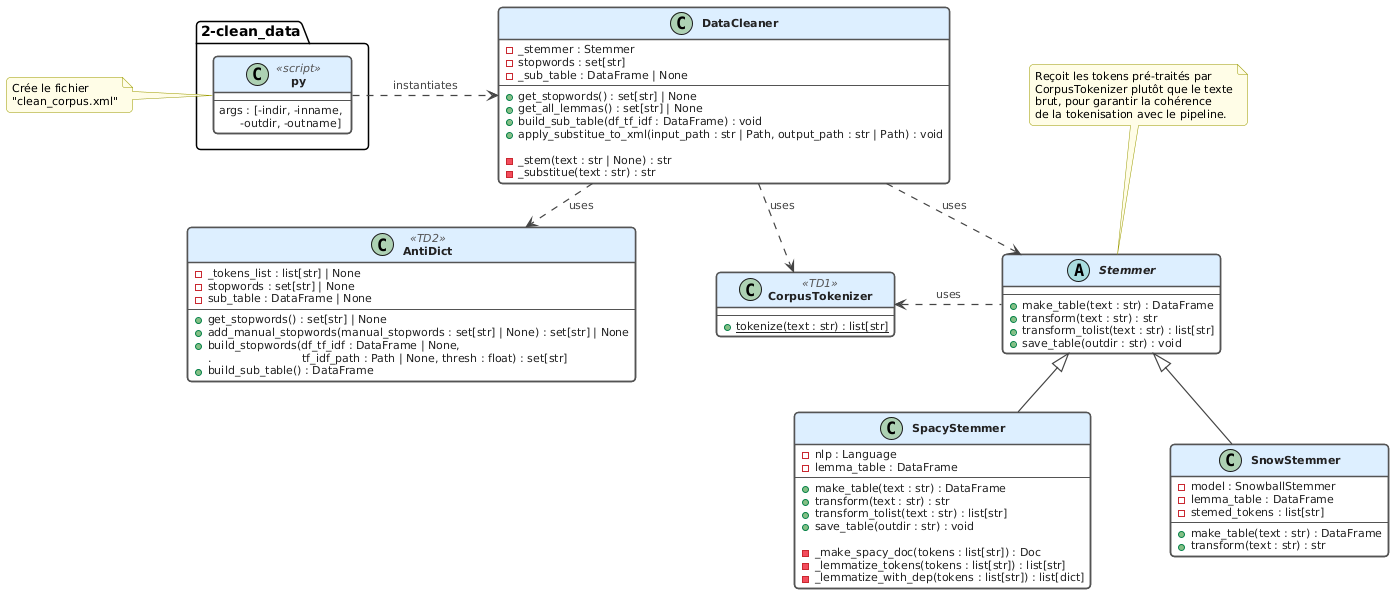
This is uml/2-DataCleaner_AntiDict_Stemmer.png from caioartus/lo17-dm, a PlantUML export, as it was before one commit. The source it was exported from:
```plantuml
@startuml
skinparam defaultFontName Helvetica

skinparam class {
    BackgroundColor White
    BorderColor #555555
    BorderThickness 1.5
    HeaderBackgroundColor #DDEEFF
    FontStyle bold
    AttributeFontSize 11
    AttributeFontColor #222222
    StereotypeFontColor #555555
    StereotypeFontSize 11
}

skinparam arrow {
    Color #444444
    FontColor #444444
    FontSize 11
    Thickness 1.2
}

skinparam note {
    BackgroundColor #FFFDE7
    BorderColor #999900
    FontSize 11
}

skinparam shadowing false
skinparam roundCorner 8
skinparam nodesep 80
skinparam ranksep 30

class "2-clean_data.py" <<script>> {
    --
    args : [-indir, -inname, \n      -outdir, -outname]
}

note left of "2-clean_data.py"
Crée le fichier
"clean_corpus.xml"
end note

class AntiDict <<TD2>> {
    - _tokens_list : list[str] | None
    - stopwords : set[str] | None
    - sub_table : DataFrame | None
    ---
    + get_stopwords() : set[str] | None
    + add_manual_stopwords(manual_stopwords : set[str] | None) : set[str] | None
    + build_stopwords(df_tf_idf : DataFrame | None,
     .                          tf_idf_path : Path | None, thresh : float) : set[str]
    + build_sub_table() : DataFrame
}

class CorpusTokenizer <<TD1>> {
    ---
    + {static} tokenize(text : str) : list[str]
}

abstract class Stemmer {
    ---
    + make_table(text : str) : DataFrame
    + transform(text : str) : str
    + transform_tolist(text : str) : list[str]
    + save_table(outdir : str) : void
}

note top of Stemmer
    Reçoit les tokens pré-traités par
    CorpusTokenizer plutôt que le texte
    brut, pour garantir la cohérence
    de la tokenisation avec le pipeline.
end note

class SpacyStemmer {
    - nlp : Language
    - lemma_table : DataFrame
    ---
    + make_table(text : str) : DataFrame
    + transform(text : str) : str
    + transform_tolist(text : str) : list[str]
    + save_table(outdir : str) : void

    - _make_spacy_doc(tokens : list[str]) : Doc
    - _lemmatize_tokens(tokens : list[str]) : list[str]
    - _lemmatize_with_dep(tokens : list[str]) : list[dict]
}

class SnowStemmer {
    - model : SnowballStemmer
    - lemma_table : DataFrame
    - stemed_tokens : list[str]
    ---
    + make_table(text : str) : DataFrame
    + transform(text : str) : str
}

class DataCleaner {
    - _stemmer : Stemmer
    - stopwords : set[str]
    - _sub_table : DataFrame | None
    ---
    + get_stopwords() : set[str] | None
    + get_all_lemmas() : set[str] | None
    + build_sub_table(df_tf_idf : DataFrame) : void
    + apply_substitue_to_xml(input_path : str | Path, output_path : str | Path) : void

    - _stem(text : str | None) : str
    - _substitue(text : str) : str
}

Stemmer        <|--  SpacyStemmer
Stemmer        <|--  SnowStemmer

CorpusTokenizer  <. Stemmer: «uses»

DataCleaner    ..>   AntiDict    : «uses»
DataCleaner    ..>   Stemmer     : «uses»
DataCleaner    ..>   CorpusTokenizer : «uses»

"2-clean_data.py" .> DataCleaner : «instantiates»
@enduml
```
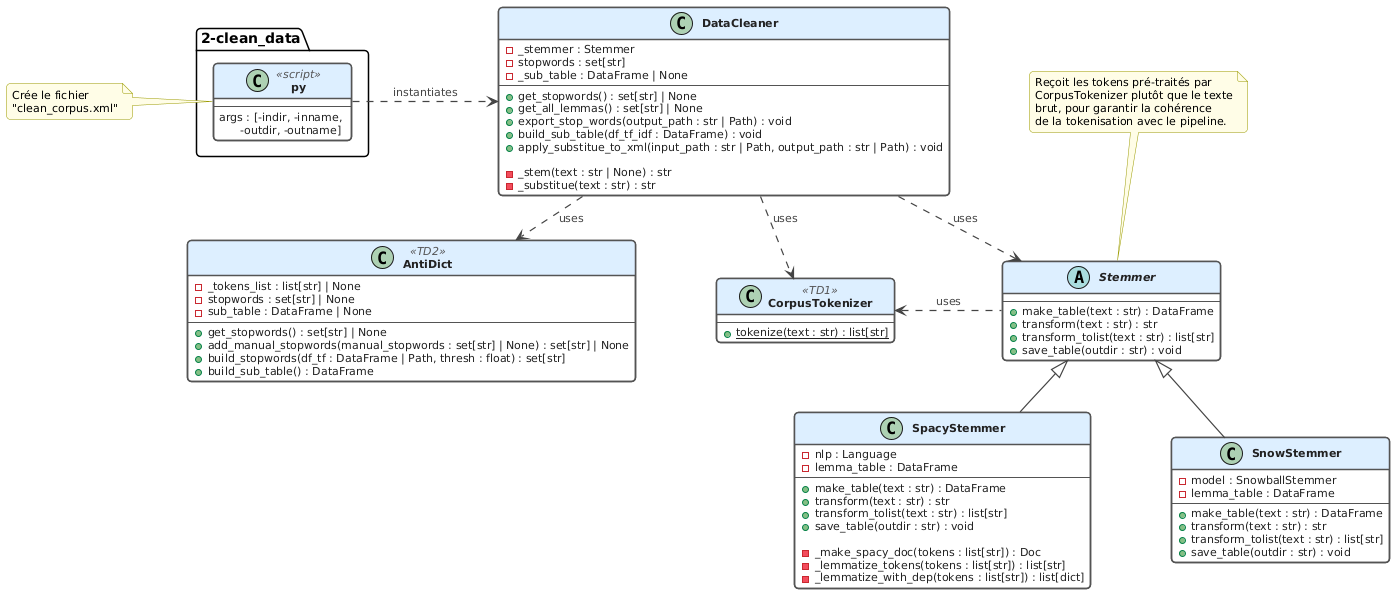
After the change.

Diff of the diagram source:
```diff
@@ -48,8 +48,7 @@
     ---
     + get_stopwords() : set[str] | None
     + add_manual_stopwords(manual_stopwords : set[str] | None) : set[str] | None
-    + build_stopwords(df_tf_idf : DataFrame | None,
-     .                          tf_idf_path : Path | None, thresh : float) : set[str]
+    + build_stopwords(df_tf : DataFrame | Path, thresh : float) : set[str]
     + build_sub_table() : DataFrame
 }
 
@@ -90,10 +89,11 @@
 class SnowStemmer {
     - model : SnowballStemmer
     - lemma_table : DataFrame
-    - stemed_tokens : list[str]
     ---
     + make_table(text : str) : DataFrame
     + transform(text : str) : str
+    + transform_tolist(text : str) : list[str]
+    + save_table(outdir : str) : void
 }
 
 class DataCleaner {
@@ -103,6 +103,7 @@
     ---
     + get_stopwords() : set[str] | None
     + get_all_lemmas() : set[str] | None
+    + export_stop_words(output_path : str | Path) : void
     + build_sub_table(df_tf_idf : DataFrame) : void
     + apply_substitue_to_xml(input_path : str | Path, output_path : str | Path) : void
 
```
